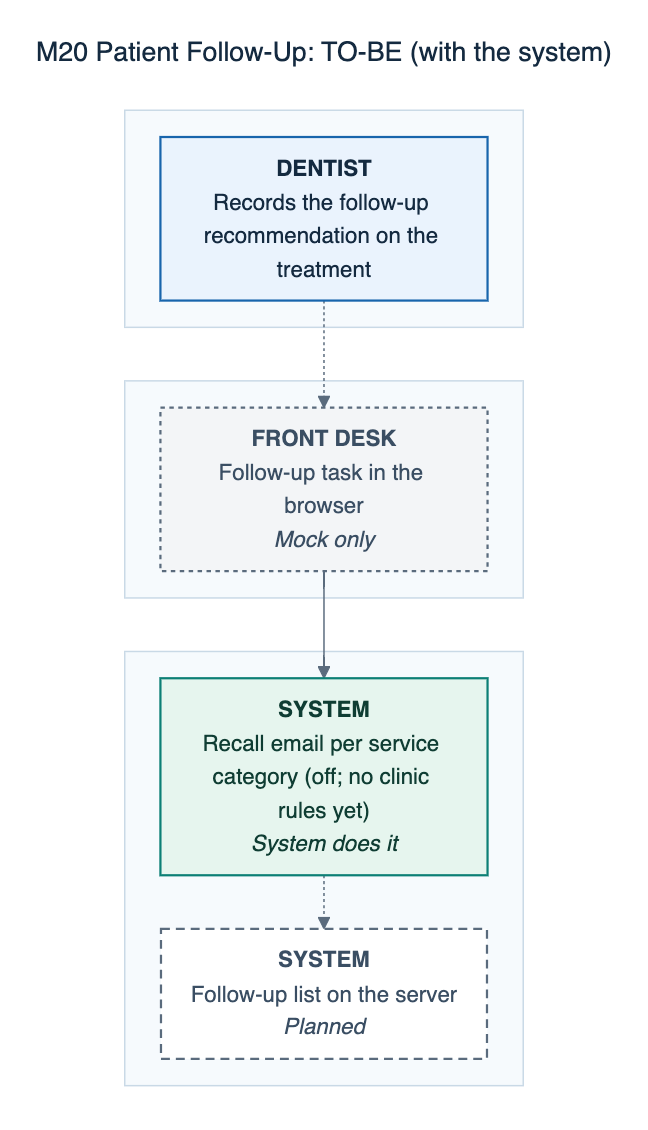
0phem/multibranch-dental-clinic keeps this Mermaid diagram as docs/defense/diagrams/png/M20-patient-follow-up-to-be.png. Above is the earlier version. Its source is kept beside it as docs/defense/diagrams/M20-patient-follow-up-to-be.mmd.
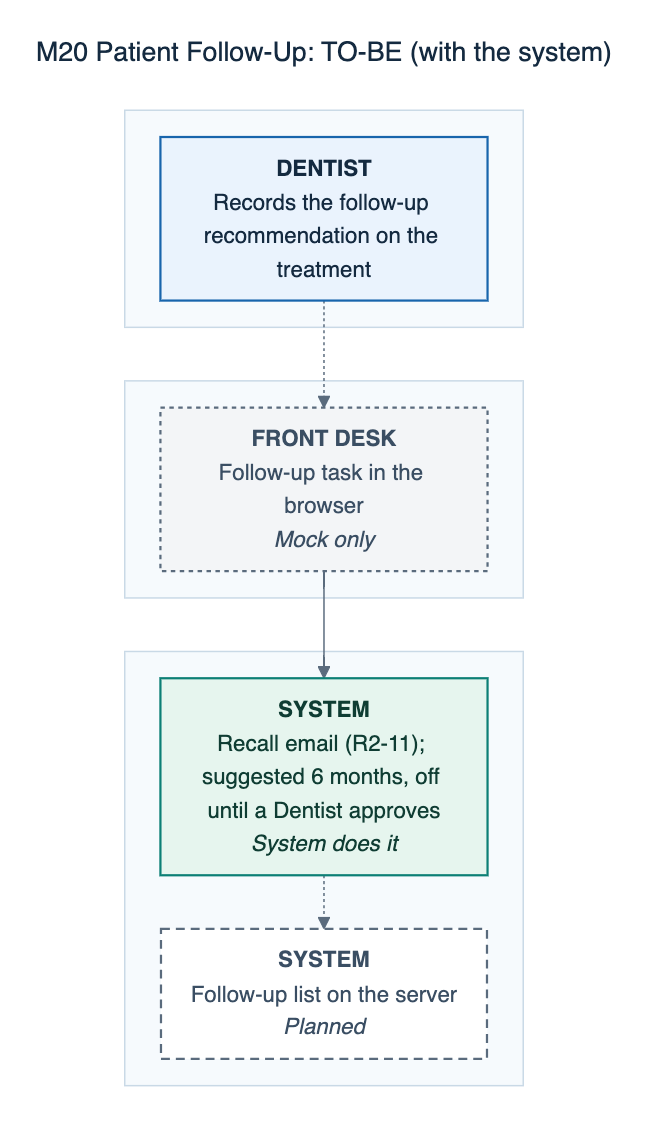
Above is the later version.

What changed in the source:
```diff
@@ -12,7 +12,7 @@
     end
     subgraph L4[" "]
     direction LR
-      S2["<b>SYSTEM</b><br/>Recall email per service category (off; no clinic rules yet)<br/><i>System does it</i>"]:::auto
+      S2["<b>SYSTEM</b><br/>Recall email (R2-11); suggested 6 months, off until a Dentist approves<br/><i>System does it</i>"]:::auto
       S3["<b>SYSTEM</b><br/>Follow-up list on the server<br/><i>Planned</i>"]:::planned
     end
     S0 -.-> S1
```
